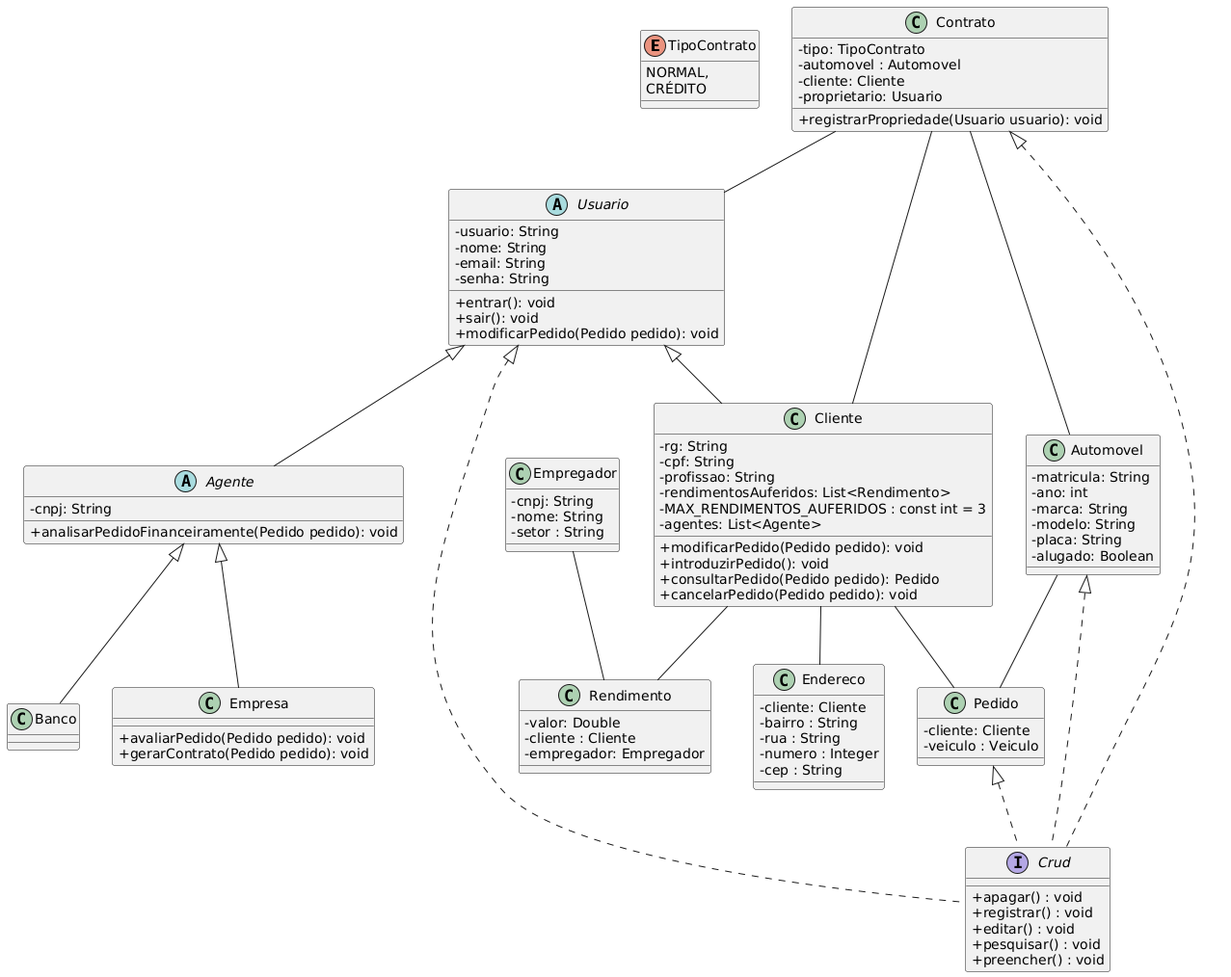
This is project/img/diagramaDeClasseLocadora.png from Eduuhms/LDS-Aluguel-de-carros, a PlantUML export, as it was before one commit.
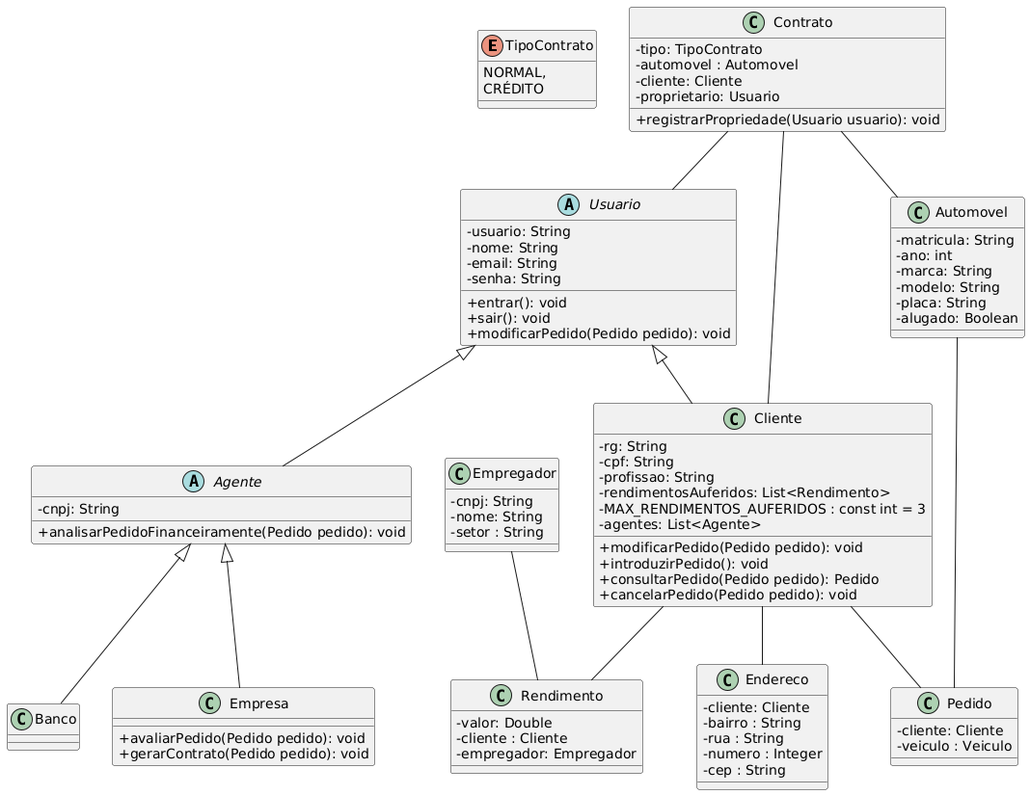
Later version of the same file.

Commit message:
fix: diagrama de classe atualizado, sem a inerface de crud

Change to the diagram source:
```diff
@@ -74,14 +74,6 @@
     - empregador: Empregador
 }
 
-interface "Crud" {
-    + apagar() : void
-    + registrar() : void
-    + editar() : void
-    + pesquisar() : void
-    + preencher() : void
-}
-
 class "Endereco"{
     - cliente: Cliente
     - bairro : String
@@ -105,9 +97,4 @@
 
 "Cliente" -- "Rendimento"
 "Empregador" -- "Rendimento"
-
-"Usuario" <|.. "Crud"
-"Contrato" <|.. "Crud"
-"Pedido" <|.. "Crud"
-"Automovel" <|.. "Crud"
 @enduml
```
